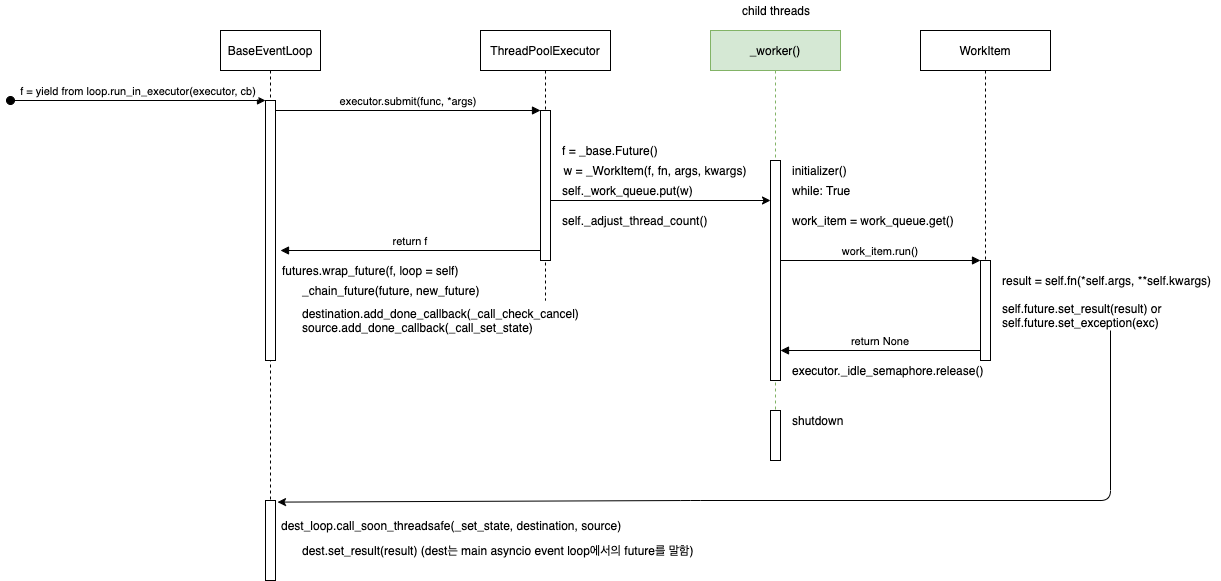
This is Language_in_depth/python/images/asyncio/asyncio_run_in_executor.png from voidsatisfaction/TIL, a draw.io export, as it was before one commit. Source tidied: cells renumbered, new cells last; positions are measured from the earlier drawing's top-left corner, leaving out a move shared by most shapes. Its diagram source:
```xml
<mxGraphModel>
  <root>
    <mxCell id="0" />
    <mxCell id="1" parent="0" />
    <mxCell id="2" value="BaseEventLoop" style="shape=umlLifeline;perimeter=lifelinePerimeter;rounded=0;shadow=0;strokeWidth=1;" parent="1" vertex="1">
      <mxGeometry x="210" y="30" width="100" height="470" as="geometry" />
    </mxCell>
    <mxCell id="3" style="points=[];perimeter=orthogonalPerimeter;rounded=0;shadow=0;strokeWidth=1;" parent="2" vertex="1">
      <mxGeometry x="45" y="70" width="10" height="260" as="geometry" />
    </mxCell>
    <mxCell id="4" value="f = yield from loop.run_in_executor(executor, cb)" style="verticalAlign=bottom;startArrow=oval;endArrow=block;startSize=8;shadow=0;strokeWidth=1;" parent="2" edge="1" target="3">
      <mxGeometry relative="1" as="geometry">
        <mxPoint x="-210" y="70" as="sourcePoint" />
      </mxGeometry>
    </mxCell>
    <mxCell id="5" value="ThreadPoolExecutor" style="shape=umlLifeline;perimeter=lifelinePerimeter;rounded=0;shadow=0;strokeWidth=1;" parent="1" vertex="1">
      <mxGeometry x="470" y="30" width="130" height="270" as="geometry" />
    </mxCell>
    <mxCell id="6" style="points=[];perimeter=orthogonalPerimeter;rounded=0;shadow=0;strokeWidth=1;" parent="5" vertex="1">
      <mxGeometry x="60" y="80" width="10" height="150" as="geometry" />
    </mxCell>
    <mxCell id="7" value="executor.submit(func, *args)" style="verticalAlign=bottom;endArrow=block;entryX=0;entryY=0;shadow=0;strokeWidth=1;" parent="1" edge="1" source="3" target="6">
      <mxGeometry relative="1" as="geometry" />
    </mxCell>
    <mxCell id="8" value="_worker()" style="shape=umlLifeline;perimeter=lifelinePerimeter;rounded=0;shadow=0;strokeWidth=1;fillColor=#d5e8d4;strokeColor=#82b366;" parent="1" vertex="1">
      <mxGeometry x="700" y="30" width="130" height="380" as="geometry" />
    </mxCell>
    <mxCell id="9" style="points=[];perimeter=orthogonalPerimeter;rounded=0;shadow=0;strokeWidth=1;" parent="8" vertex="1">
      <mxGeometry x="60" y="130" width="10" height="220" as="geometry" />
    </mxCell>
    <mxCell id="10" value="f = _base.Future()" style="text;html=1;strokeColor=none;fillColor=none;align=left;verticalAlign=middle;whiteSpace=wrap;rounded=0;" parent="1" vertex="1">
      <mxGeometry x="550" y="140" width="110" height="20" as="geometry" />
    </mxCell>
    <mxCell id="11" value="w = _WorkItem(f, fn, args, kwargs)" style="text;html=1;strokeColor=none;fillColor=none;align=center;verticalAlign=middle;whiteSpace=wrap;rounded=0;" parent="1" vertex="1">
      <mxGeometry x="550" y="160" width="190" height="20" as="geometry" />
    </mxCell>
    <mxCell id="12" value="self._work_queue.put(w)" style="text;html=1;strokeColor=none;fillColor=none;align=left;verticalAlign=middle;whiteSpace=wrap;rounded=0;" parent="1" vertex="1">
      <mxGeometry x="550" y="180" width="190" height="20" as="geometry" />
    </mxCell>
    <mxCell id="13" value="self._adjust_thread_count()" style="text;html=1;strokeColor=none;fillColor=none;align=left;verticalAlign=middle;whiteSpace=wrap;rounded=0;" parent="1" vertex="1">
      <mxGeometry x="550" y="210" width="190" height="20" as="geometry" />
    </mxCell>
    <mxCell id="14" style="endArrow=classic;html=1;" parent="1" edge="1" target="9">
      <mxGeometry relative="1" as="geometry">
        <mxPoint x="540" y="200" as="sourcePoint" />
      </mxGeometry>
    </mxCell>
    <mxCell id="15" value="while: True" style="text;html=1;strokeColor=none;fillColor=none;align=left;verticalAlign=middle;whiteSpace=wrap;rounded=0;" parent="1" vertex="1">
      <mxGeometry x="780" y="180" width="110" height="20" as="geometry" />
    </mxCell>
    <mxCell id="16" value="work_item = work_queue.get()" style="text;html=1;strokeColor=none;fillColor=none;align=left;verticalAlign=middle;whiteSpace=wrap;rounded=0;" parent="1" vertex="1">
      <mxGeometry x="780" y="210" width="180" height="20" as="geometry" />
    </mxCell>
    <mxCell id="17" value="child threads" style="text;html=1;strokeColor=none;fillColor=none;align=left;verticalAlign=middle;whiteSpace=wrap;rounded=0;" parent="1" vertex="1">
      <mxGeometry x="730" width="110" height="20" as="geometry" />
    </mxCell>
    <mxCell id="18" value="WorkItem" style="shape=umlLifeline;perimeter=lifelinePerimeter;rounded=0;shadow=0;strokeWidth=1;" parent="1" vertex="1">
      <mxGeometry x="910" y="30" width="130" height="330" as="geometry" />
    </mxCell>
    <mxCell id="19" style="perimeter=orthogonalPerimeter;rounded=0;shadow=0;strokeWidth=1;" parent="18" vertex="1">
      <mxGeometry x="60" y="230" width="10" height="100" as="geometry" />
    </mxCell>
    <mxCell id="20" value="work_item.run()" style="verticalAlign=bottom;endArrow=block;shadow=0;strokeWidth=1;" parent="1" edge="1">
      <mxGeometry relative="1" as="geometry">
        <mxPoint x="770" y="260" as="sourcePoint" />
        <mxPoint x="970" y="260" as="targetPoint" />
      </mxGeometry>
    </mxCell>
    <mxCell id="21" value="result = self.fn(*self.args, **self.kwargs)" style="text;html=1;strokeColor=none;fillColor=none;align=left;verticalAlign=middle;whiteSpace=wrap;rounded=0;" parent="1" vertex="1">
      <mxGeometry x="990" y="270" width="220" height="20" as="geometry" />
    </mxCell>
    <mxCell id="22" value="self.future.set_result(result) or&lt;br&gt;self.future.set_exception(exc)" style="text;html=1;strokeColor=none;fillColor=none;align=left;verticalAlign=middle;whiteSpace=wrap;rounded=0;" parent="1" vertex="1">
      <mxGeometry x="990" y="300" width="220" height="30" as="geometry" />
    </mxCell>
    <mxCell id="23" value="return None" style="verticalAlign=bottom;endArrow=block;shadow=0;strokeWidth=1;" parent="1" edge="1">
      <mxGeometry relative="1" as="geometry">
        <mxPoint x="970" y="350" as="sourcePoint" />
        <mxPoint x="770" y="350" as="targetPoint" />
      </mxGeometry>
    </mxCell>
    <mxCell id="24" value="executor._idle_semaphore.release()" style="text;html=1;strokeColor=none;fillColor=none;align=left;verticalAlign=middle;whiteSpace=wrap;rounded=0;" parent="1" vertex="1">
      <mxGeometry x="780" y="360" width="180" height="20" as="geometry" />
    </mxCell>
    <mxCell id="25" value="initializer()" style="text;html=1;strokeColor=none;fillColor=none;align=left;verticalAlign=middle;whiteSpace=wrap;rounded=0;" parent="1" vertex="1">
      <mxGeometry x="780" y="160" width="110" height="20" as="geometry" />
    </mxCell>
    <mxCell id="26" value="return f" style="verticalAlign=bottom;endArrow=block;entryX=1;entryY=0;shadow=0;strokeWidth=1;" parent="1" edge="1">
      <mxGeometry relative="1" as="geometry">
        <mxPoint x="530" y="250" as="sourcePoint" />
        <mxPoint x="270" y="250" as="targetPoint" />
      </mxGeometry>
    </mxCell>
    <mxCell id="27" value="futures.wrap_future(f, loop = self)" style="text;html=1;strokeColor=none;fillColor=none;align=left;verticalAlign=middle;whiteSpace=wrap;rounded=0;" parent="1" vertex="1">
      <mxGeometry x="270" y="260" width="190" height="20" as="geometry" />
    </mxCell>
    <mxCell id="28" value="_chain_future(future, new_future)" style="text;html=1;strokeColor=none;fillColor=none;align=left;verticalAlign=middle;whiteSpace=wrap;rounded=0;" parent="1" vertex="1">
      <mxGeometry x="290" y="280" width="190" height="20" as="geometry" />
    </mxCell>
    <mxCell id="29" value="destination.add_done_callback(_call_check_cancel)&lt;br&gt;source.add_done_callback(_call_set_state)" style="text;html=1;strokeColor=none;fillColor=none;align=left;verticalAlign=middle;whiteSpace=wrap;rounded=0;" parent="1" vertex="1">
      <mxGeometry x="290" y="310" width="190" height="20" as="geometry" />
    </mxCell>
    <mxCell id="30" style="perimeter=orthogonalPerimeter;rounded=0;shadow=0;strokeWidth=1;" parent="1" vertex="1">
      <mxGeometry x="760" y="410" width="10" height="50" as="geometry" />
    </mxCell>
    <mxCell id="31" value="shutdown" style="text;html=1;strokeColor=none;fillColor=none;align=left;verticalAlign=middle;whiteSpace=wrap;rounded=0;" parent="1" vertex="1">
      <mxGeometry x="780" y="410" width="180" height="20" as="geometry" />
    </mxCell>
    <mxCell id="32" style="points=[];perimeter=orthogonalPerimeter;rounded=0;shadow=0;strokeWidth=1;" parent="1" vertex="1">
      <mxGeometry x="255" y="500" width="10" height="80" as="geometry" />
    </mxCell>
    <mxCell id="33" style="endArrow=classic;html=1;entryX=1.2;entryY=0.02;entryDx=0;entryDy=0;entryPerimeter=0;exitX=0.5;exitY=1;exitDx=0;exitDy=0;" parent="1" edge="1" source="22" target="32">
      <mxGeometry relative="1" as="geometry">
        <Array as="points">
          <mxPoint x="1100" y="500" />
          <mxPoint x="680" y="500" />
        </Array>
      </mxGeometry>
    </mxCell>
    <mxCell id="34" value="dest_loop.call_soon_threadsafe(_set_state, destination, source)" style="text;html=1;strokeColor=none;fillColor=none;align=left;verticalAlign=middle;whiteSpace=wrap;rounded=0;" parent="1" vertex="1">
      <mxGeometry x="269" y="515" width="381" height="20" as="geometry" />
    </mxCell>
    <mxCell id="35" value="dest.set_result(result) (dest는 main asyncio event loop에서의 future를 말함)" style="text;html=1;strokeColor=none;fillColor=none;align=left;verticalAlign=middle;whiteSpace=wrap;rounded=0;" parent="1" vertex="1">
      <mxGeometry x="290" y="540" width="410" height="20" as="geometry" />
    </mxCell>
  </root>
</mxGraphModel>
```
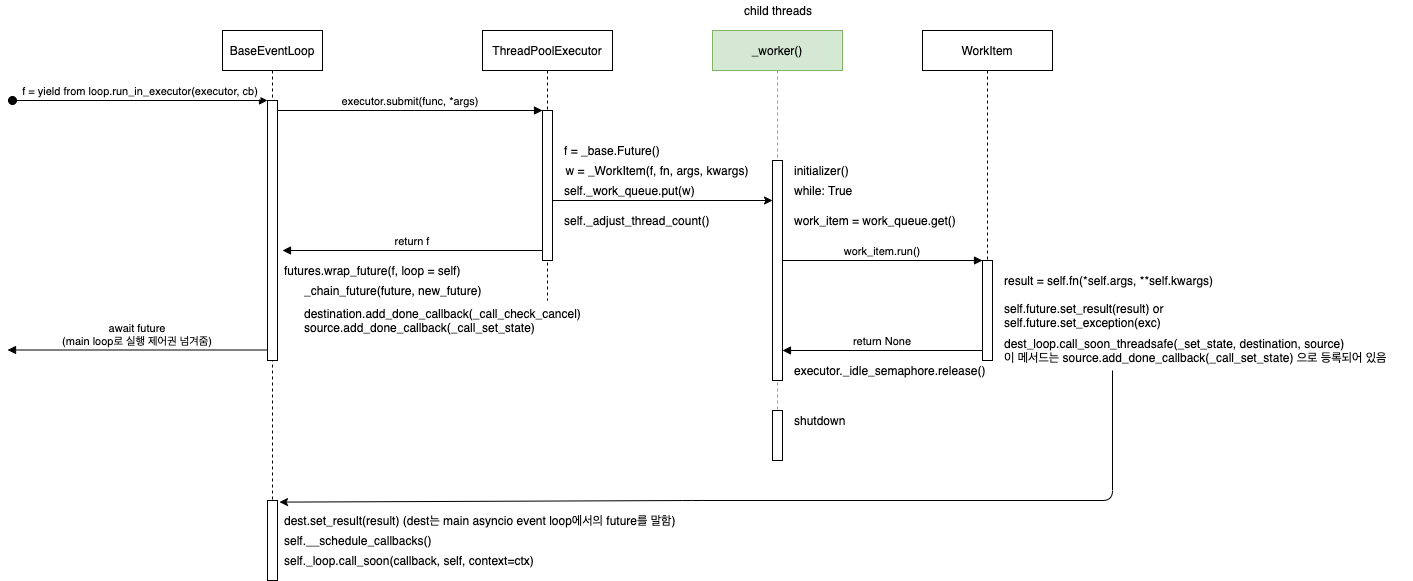
The same diagram one commit later.

Commit message:
lid: change asyncio_run_in executor diagram

The edit, as a diff of the source:
```diff
@@ -108,19 +108,32 @@
     <mxCell id="32" style="points=[];perimeter=orthogonalPerimeter;rounded=0;shadow=0;strokeWidth=1;" parent="1" vertex="1">
       <mxGeometry x="255" y="500" width="10" height="80" as="geometry" />
     </mxCell>
-    <mxCell id="33" style="endArrow=classic;html=1;entryX=1.2;entryY=0.02;entryDx=0;entryDy=0;entryPerimeter=0;exitX=0.5;exitY=1;exitDx=0;exitDy=0;" parent="1" edge="1" source="22" target="32">
+    <mxCell id="33" style="endArrow=classic;html=1;entryX=1.2;entryY=0.02;entryDx=0;entryDy=0;entryPerimeter=0;" parent="1" edge="1" target="32">
       <mxGeometry relative="1" as="geometry">
+        <mxPoint x="1100" y="370" as="sourcePoint" />
         <Array as="points">
           <mxPoint x="1100" y="500" />
           <mxPoint x="680" y="500" />
         </Array>
       </mxGeometry>
     </mxCell>
-    <mxCell id="34" value="dest_loop.call_soon_threadsafe(_set_state, destination, source)" style="text;html=1;strokeColor=none;fillColor=none;align=left;verticalAlign=middle;whiteSpace=wrap;rounded=0;" parent="1" vertex="1">
-      <mxGeometry x="269" y="515" width="381" height="20" as="geometry" />
+    <mxCell id="34" value="dest_loop.call_soon_threadsafe(_set_state, destination, source)&lt;br&gt;이 메서드는 source.add_done_callback(_call_set_state) 으로 등록되어 있음" style="text;html=1;strokeColor=none;fillColor=none;align=left;verticalAlign=middle;whiteSpace=wrap;rounded=0;" parent="1" vertex="1">
+      <mxGeometry x="990" y="330" width="410" height="40" as="geometry" />
     </mxCell>
     <mxCell id="35" value="dest.set_result(result) (dest는 main asyncio event loop에서의 future를 말함)" style="text;html=1;strokeColor=none;fillColor=none;align=left;verticalAlign=middle;whiteSpace=wrap;rounded=0;" parent="1" vertex="1">
-      <mxGeometry x="290" y="540" width="410" height="20" as="geometry" />
+      <mxGeometry x="270" y="510" width="410" height="20" as="geometry" />
     </mxCell>
+    <mxCell id="36" value="self.__schedule_callbacks()" style="text;html=1;strokeColor=none;fillColor=none;align=left;verticalAlign=middle;whiteSpace=wrap;rounded=0;" parent="1" vertex="1">
+      <mxGeometry x="270" y="530" width="410" height="20" as="geometry" />
+    </mxCell>
+    <mxCell id="37" value="self._loop.call_soon(callback, self, context=ctx)" style="text;html=1;strokeColor=none;fillColor=none;align=left;verticalAlign=middle;whiteSpace=wrap;rounded=0;" parent="1" vertex="1">
+      <mxGeometry x="270" y="550" width="410" height="20" as="geometry" />
+    </mxCell>
+    <mxCell id="38" value="await future&#10;(main loop로 실행 제어권 넘겨줌)" style="verticalAlign=bottom;endArrow=block;entryX=1;entryY=0;shadow=0;strokeWidth=1;" parent="1" edge="1">
+      <mxGeometry relative="1" as="geometry">
+        <mxPoint x="255" y="349.5" as="sourcePoint" />
+        <mxPoint x="-5" y="349.5" as="targetPoint" />
+      </mxGeometry>
+    </mxCell>
   </root>
 </mxGraphModel>
```
